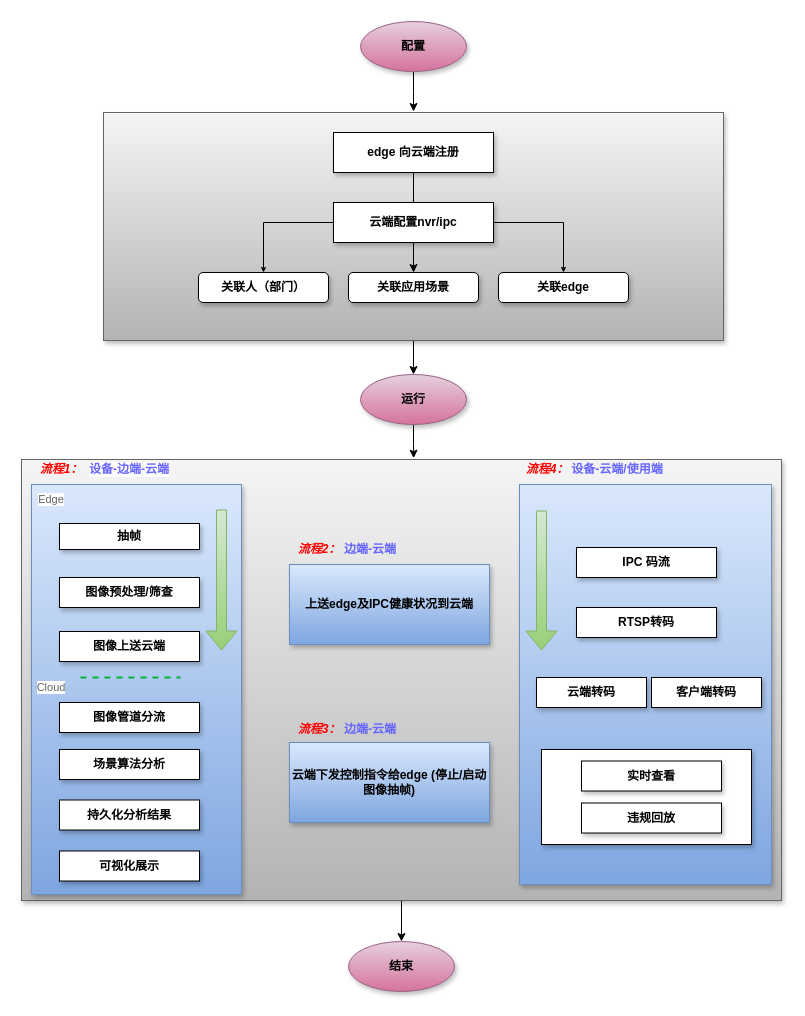
The draw.io diagram 设备配置+工作流程.drawio in liz2m/draw.images, before the edit. Source tidied: cells renumbered, new cells numbered last; positions are measured from the earlier drawing's top-left corner, leaving out a move shared by most shapes. Both pictures are drawn from the tidied source at 100%, with x=0, y=0 at pixel (21, 21).
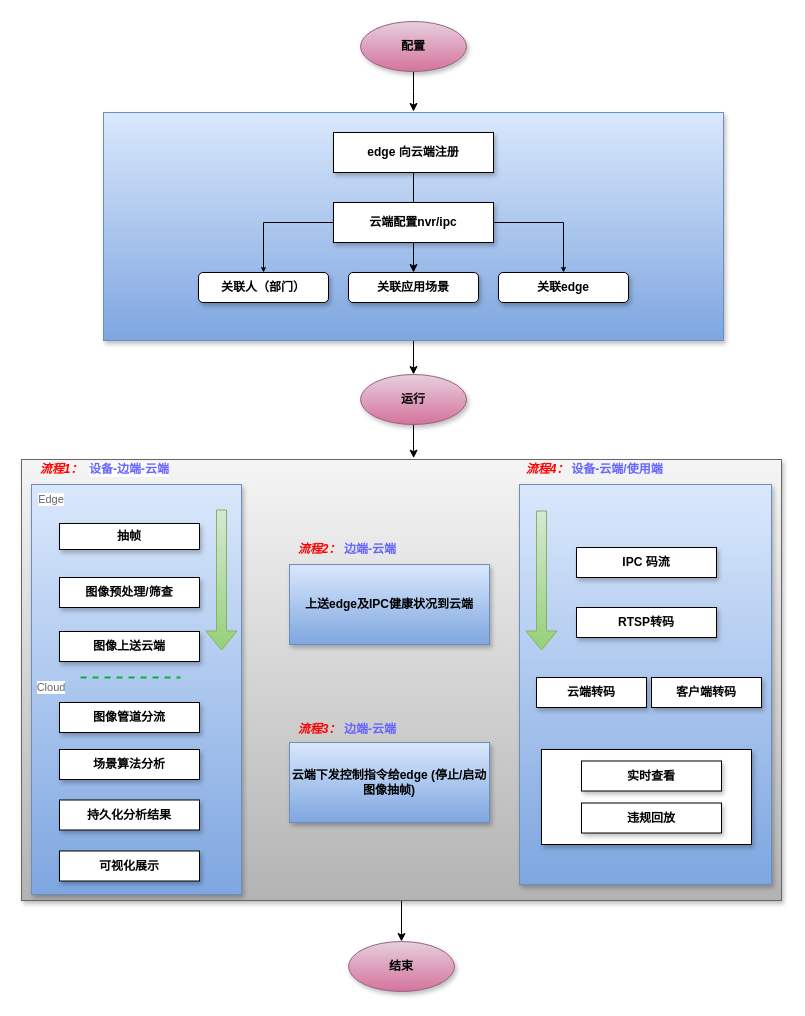
Above is the later version.

Commit message:
Update 设备配置+工作流程.drawio

Diff of the diagram source:
```diff
@@
-    <mxCell id="5" style="rounded=0;whiteSpace=wrap;html=1;shadow=1;fillColor=#f5f5f5;gradientColor=#b3b3b3;strokeColor=#666666;" parent="1" vertex="1">
+    <mxCell id="5" style="rounded=0;whiteSpace=wrap;html=1;shadow=1;fillColor=#dae8fc;gradientColor=#7ea6e0;strokeColor=#6c8ebf;" parent="1" vertex="1">
       <mxGeometry x="82" y="91" width="620" height="228" as="geometry" />
     </mxCell>
```
